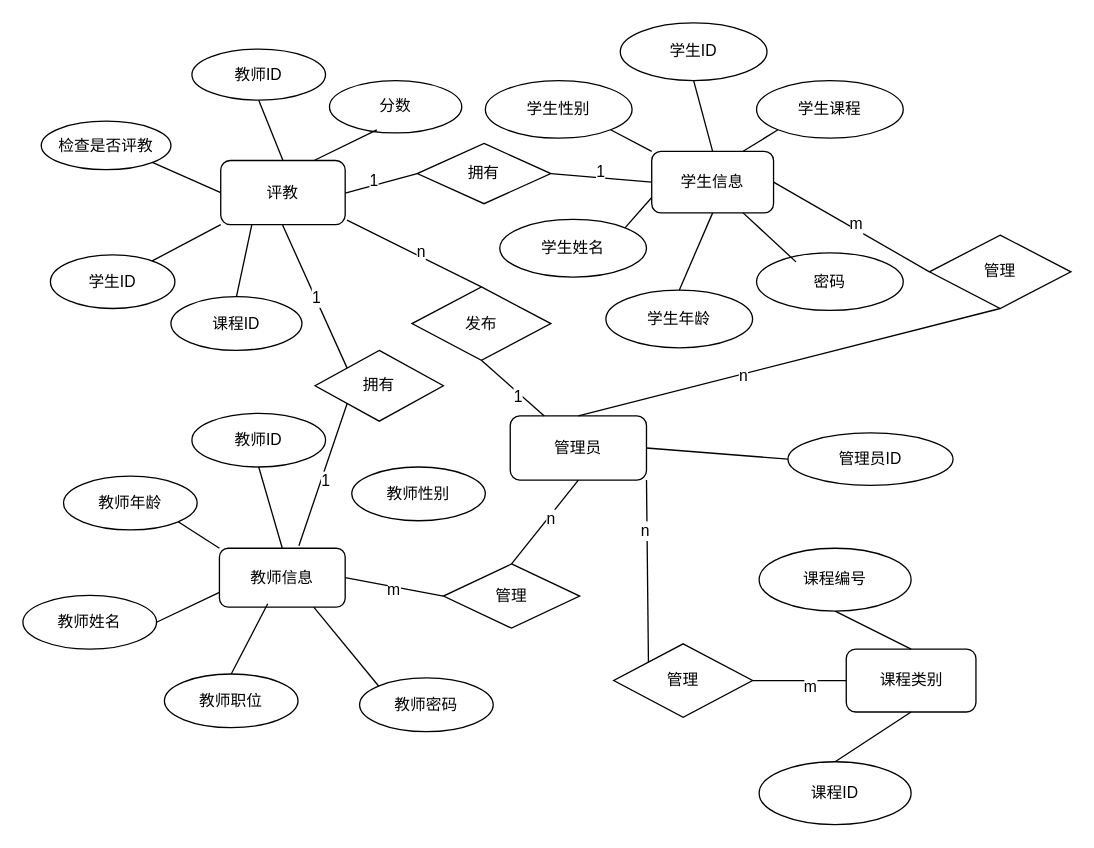
Above: page "ER" (4 of 7) of 未命名绘图.drawio in mao-user/2024code (draw.io), before the change. Source tidied: cells renumbered, new cells numbered last; positions are measured from the earlier drawing's top-left corner, leaving out a move shared by most shapes. Both pictures are drawn from the tidied source at 131%, with x=0, y=0 at pixel (22, 22).
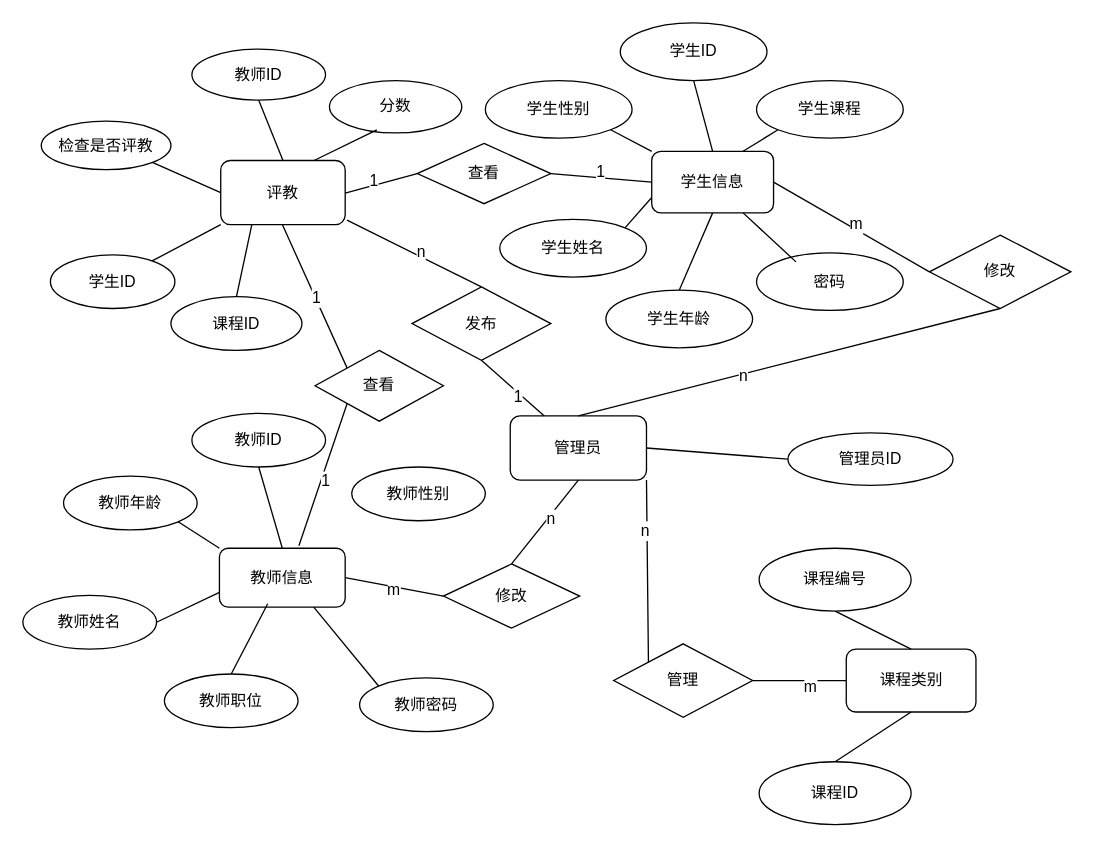
After the change.

Commit message:
更新未命名绘图.drawio

Diff of the diagram source:
```diff
@@
-    <mxCell id="9" value="管理" style="rhombus;whiteSpace=wrap;html=1;" parent="1" vertex="1">
+    <mxCell id="9" value="修改" style="rhombus;whiteSpace=wrap;html=1;" parent="1" vertex="1">
       <mxGeometry x="321" y="413" width="104" height="49" as="geometry" />
     </mxCell>
@@
-    <mxCell id="16" value="管理" style="rhombus;whiteSpace=wrap;html=1;" parent="1" vertex="1">
+    <mxCell id="16" value="修改" style="rhombus;whiteSpace=wrap;html=1;" parent="1" vertex="1">
       <mxGeometry x="692" y="162" width="108" height="56" as="geometry" />
     </mxCell>
@@
-    <mxCell id="21" value="拥有" style="rhombus;whiteSpace=wrap;html=1;" parent="1" vertex="1">
+    <mxCell id="21" value="查看" style="rhombus;whiteSpace=wrap;html=1;" parent="1" vertex="1">
       <mxGeometry x="301" y="92" width="102" height="46" as="geometry" />
     </mxCell>
-    <mxCell id="22" style="edgeStyle=none;curved=1;rounded=0;orthogonalLoop=1;jettySize=auto;html=1;exitX=1;exitY=0;exitDx=0;exitDy=0;fontSize=12;startSize=8;endSize=8;" parent="1" edge="1" source="9" target="9">
-      <mxGeometry relative="1" as="geometry" />
-    </mxCell>
@@
-    <mxCell id="27" value="拥有" style="rhombus;whiteSpace=wrap;html=1;" parent="1" vertex="1">
+    <mxCell id="27" value="查看" style="rhombus;whiteSpace=wrap;html=1;" parent="1" vertex="1">
       <mxGeometry x="223" y="250" width="98" height="54" as="geometry" />
     </mxCell>
```
